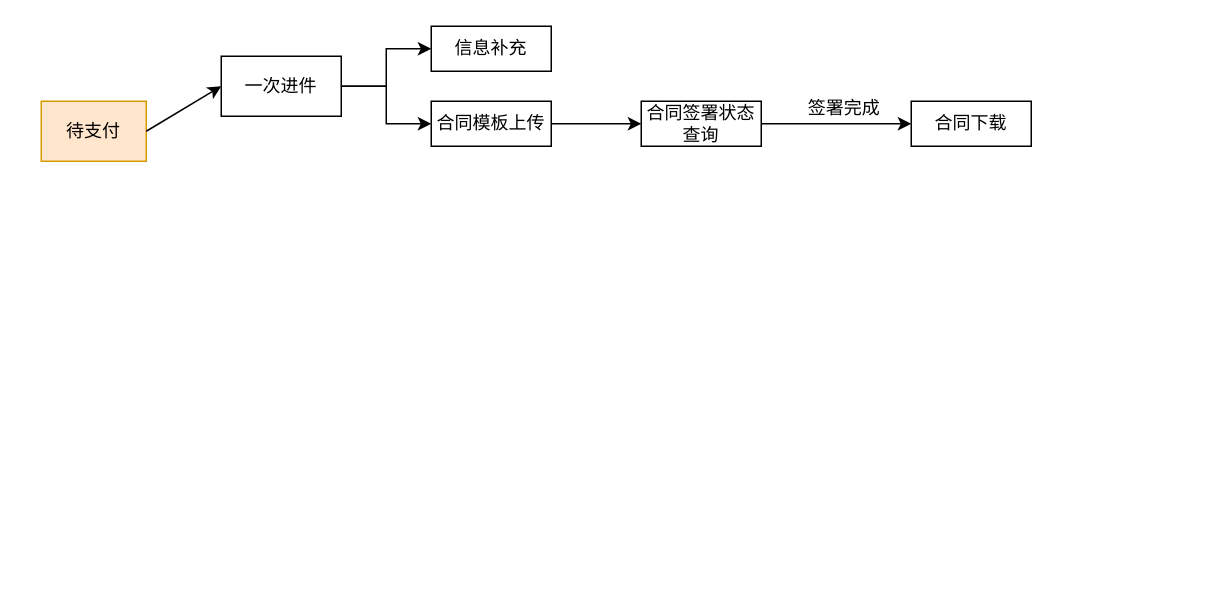
Earlier version of the draw.io diagram 南租.drawio (koralcc/resource). Source tidied: cells renumbered, new cells numbered last; positions are measured from the earlier drawing's top-left corner, leaving out a move shared by most shapes. Both pictures are drawn from the tidied source at 150%, with x=0, y=0 at pixel (40, 26).
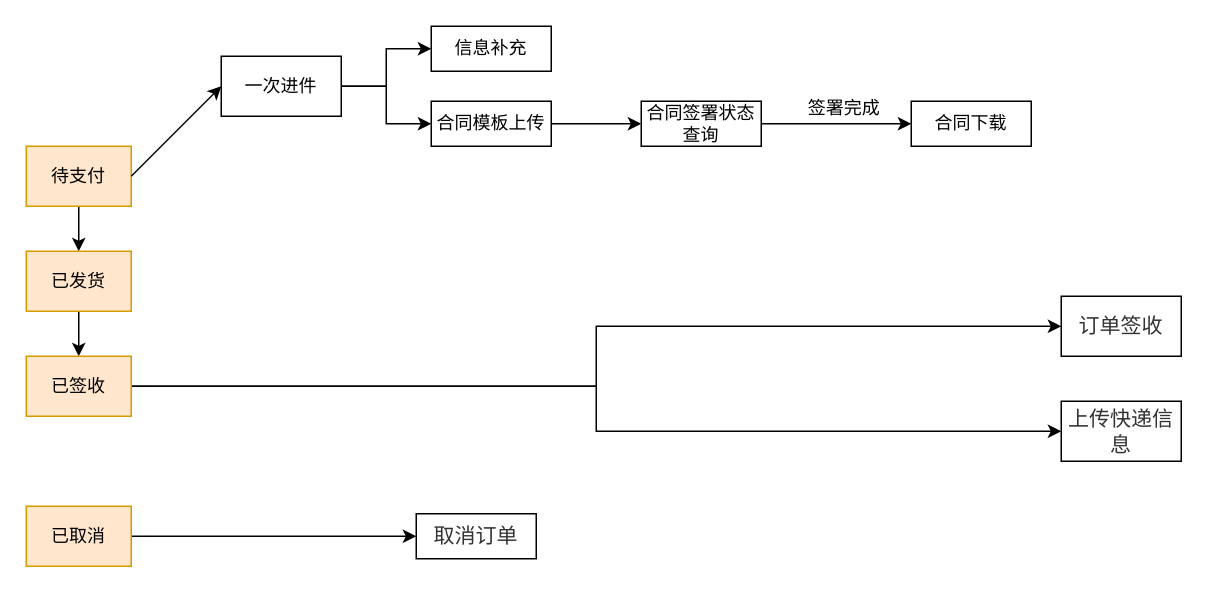
The same page after the edit.

The change refers to these unchanged cells:
```xml
<mxCell id="5" value="一次进件" style="whiteSpace=wrap;html=1;" parent="1" vertex="1">
  <mxGeometry x="120" y="20" width="80" height="40" as="geometry" />
</mxCell>
```

Diff of the diagram source:
```diff
@@
+    <mxCell id="14" style="edgeStyle=orthogonalEdgeStyle;rounded=0;jettySize=auto;html=1;entryX=0.5;entryY=0;entryDx=0;entryDy=0;" parent="1" edge="1" source="2" target="16">
+      <mxGeometry relative="1" as="geometry" />
+    </mxCell>
     <mxCell id="2" value="待支付" style="whiteSpace=wrap;html=1;fillColor=#ffe6cc;strokeColor=#d79b00;" parent="1" vertex="1">
-      <mxGeometry y="50" width="70" height="40" as="geometry" />
+      <mxGeometry x="-10" y="80" width="70" height="40" as="geometry" />
     </mxCell>
@@
-    <mxCell id="6" style="endArrow=classic;html=1;rounded=0;entryX=0;entryY=0.5;entryDx=0;entryDy=0;" parent="1" edge="1" target="5">
-      <mxGeometry relative="1" as="geometry">
-        <mxPoint x="70" y="70" as="sourcePoint" />
-      </mxGeometry>
+    <mxCell id="6" style="endArrow=classic;html=1;rounded=0;entryX=0;entryY=0.5;entryDx=0;entryDy=0;exitX=1;exitY=0.5;exitDx=0;exitDy=0;" parent="1" edge="1" source="2" target="5">
+      <mxGeometry relative="1" as="geometry" />
     </mxCell>
@@
+    <mxCell id="15" style="edgeStyle=orthogonalEdgeStyle;rounded=0;jettySize=auto;html=1;entryX=0.5;entryY=0;entryDx=0;entryDy=0;" parent="1" edge="1" source="16" target="19">
+      <mxGeometry relative="1" as="geometry" />
+    </mxCell>
+    <mxCell id="16" value="已发货" style="whiteSpace=wrap;html=1;fillColor=#ffe6cc;strokeColor=#d79b00;" parent="1" vertex="1">
+      <mxGeometry x="-10" y="150" width="70" height="40" as="geometry" />
+    </mxCell>
+    <mxCell id="17" style="edgeStyle=orthogonalEdgeStyle;rounded=0;jettySize=auto;html=1;entryX=0;entryY=0.5;entryDx=0;entryDy=0;" parent="1" edge="1" source="19" target="20">
+      <mxGeometry relative="1" as="geometry" />
+    </mxCell>
+    <mxCell id="18" style="edgeStyle=orthogonalEdgeStyle;rounded=0;jettySize=auto;html=1;entryX=0;entryY=0.5;entryDx=0;entryDy=0;" parent="1" edge="1" source="19" target="24">
+      <mxGeometry relative="1" as="geometry" />
+    </mxCell>
+    <mxCell id="19" value="已签收" style="whiteSpace=wrap;html=1;fillColor=#ffe6cc;strokeColor=#d79b00;" parent="1" vertex="1">
+      <mxGeometry x="-10" y="220" width="70" height="40" as="geometry" />
+    </mxCell>
+    <mxCell id="20" value="&lt;span style=&quot;color: rgb(51, 51, 51); font-family: Arial, sans-serif; font-size: 14px; text-align: left; background-color: rgb(255, 255, 255);&quot;&gt;订单签收&lt;/span&gt;" style="whiteSpace=wrap;html=1;" parent="1" vertex="1">
+      <mxGeometry x="680" y="180" width="80" height="40" as="geometry" />
+    </mxCell>
+    <mxCell id="21" style="edgeStyle=orthogonalEdgeStyle;rounded=0;jettySize=auto;html=1;" parent="1" edge="1" source="22">
+      <mxGeometry relative="1" as="geometry">
+        <mxPoint x="250" y="340" as="targetPoint" />
+      </mxGeometry>
+    </mxCell>
+    <mxCell id="22" value="已取消" style="whiteSpace=wrap;html=1;fillColor=#ffe6cc;strokeColor=#d79b00;" parent="1" vertex="1">
+      <mxGeometry x="-10" y="320" width="70" height="40" as="geometry" />
+    </mxCell>
+    <mxCell id="23" value="&lt;span style=&quot;color: rgb(51, 51, 51); font-family: Arial, sans-serif; font-size: 14px; text-align: left; background-color: rgb(255, 255, 255);&quot;&gt;取消订单&lt;/span&gt;" style="whiteSpace=wrap;html=1;" parent="1" vertex="1">
+      <mxGeometry x="250" y="325" width="80" height="30" as="geometry" />
+    </mxCell>
+    <mxCell id="24" value="&lt;span style=&quot;color: rgb(51, 51, 51); font-family: Arial, sans-serif; font-size: 14px; text-align: left; background-color: rgb(255, 255, 255);&quot;&gt;上传快递信息&lt;/span&gt;" style="whiteSpace=wrap;html=1;" parent="1" vertex="1">
+      <mxGeometry x="680" y="250" width="80" height="40" as="geometry" />
+    </mxCell>
```
